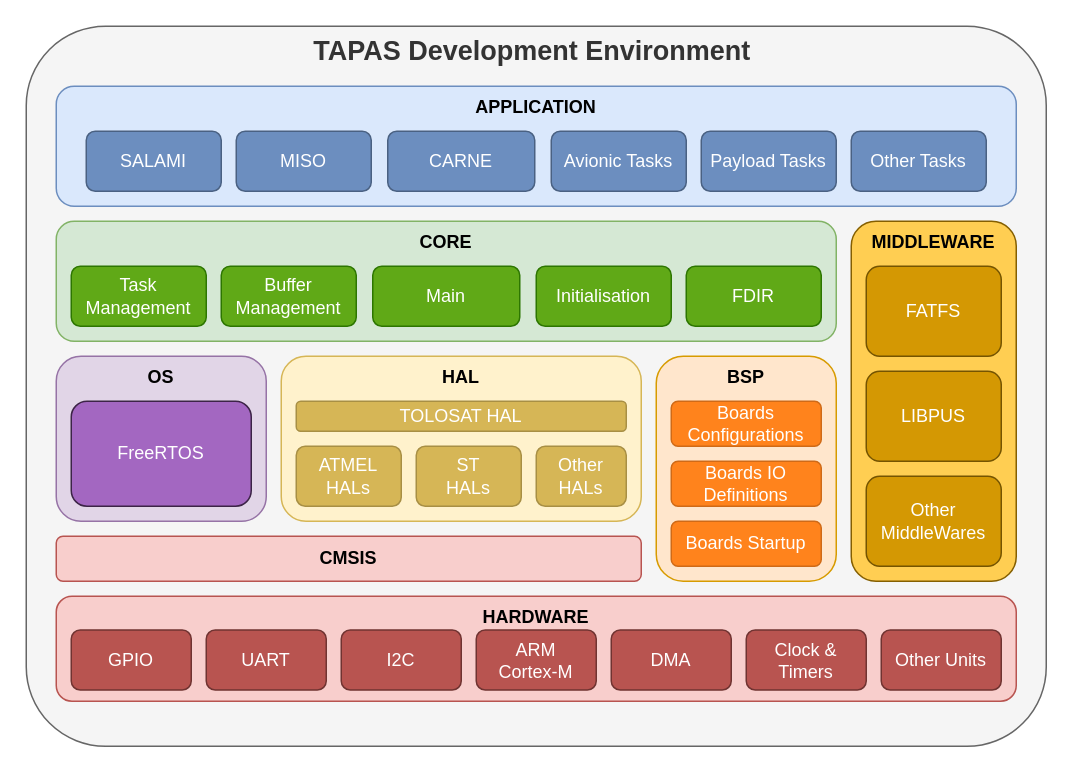
The draw.io diagram doc/images/Dev_Environment_Graph.drawio in TOLOSAT/flight-software, before the edit. Source tidied: cells renumbered, new cells numbered last; positions are measured from the earlier drawing's top-left corner, leaving out a move shared by most shapes. Both pictures are drawn from the tidied source at 150%, with x=0, y=0 at pixel (26, 26).
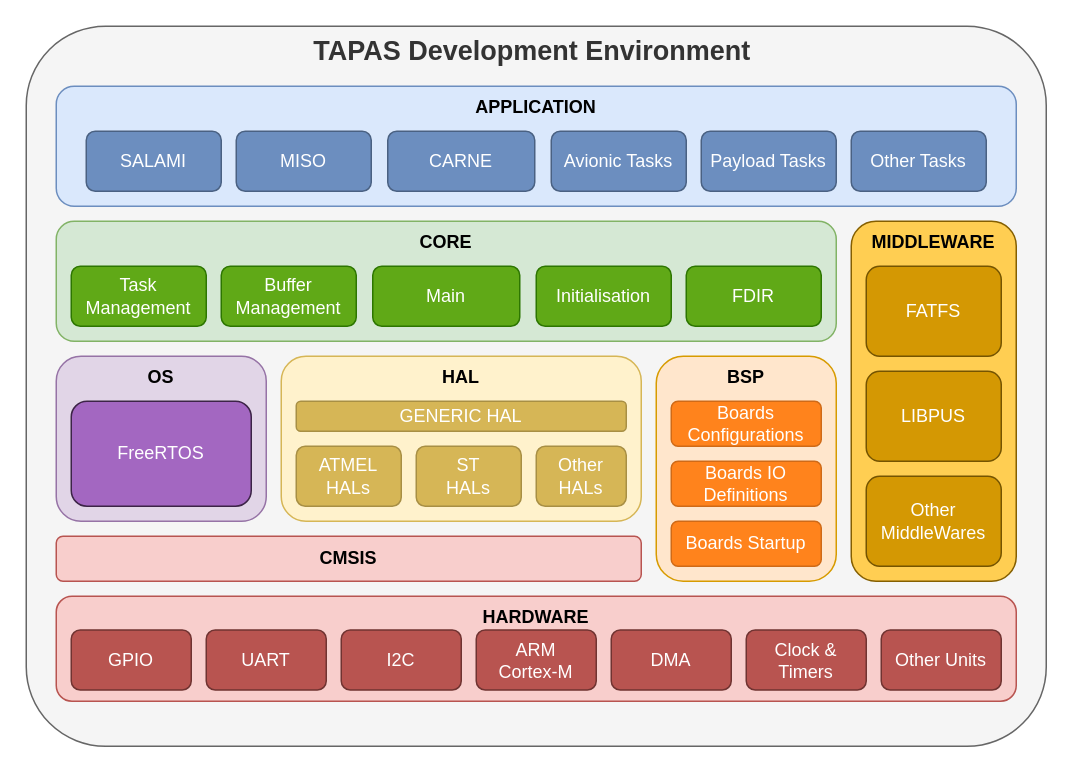
After the change.

Change to the diagram source:
```diff
@@
-    <mxCell id="17" value="TOLOSAT HAL" style="rounded=1;whiteSpace=wrap;html=1;fillColor=#D6B656;strokeColor=#A88F44;fontColor=#ffffff;" parent="1" vertex="1">
+    <mxCell id="17" value="GENERIC HAL" style="rounded=1;whiteSpace=wrap;html=1;fillColor=#D6B656;strokeColor=#A88F44;fontColor=#ffffff;" parent="1" vertex="1">
       <mxGeometry x="180" y="250" width="220" height="20" as="geometry" />
     </mxCell>
```
